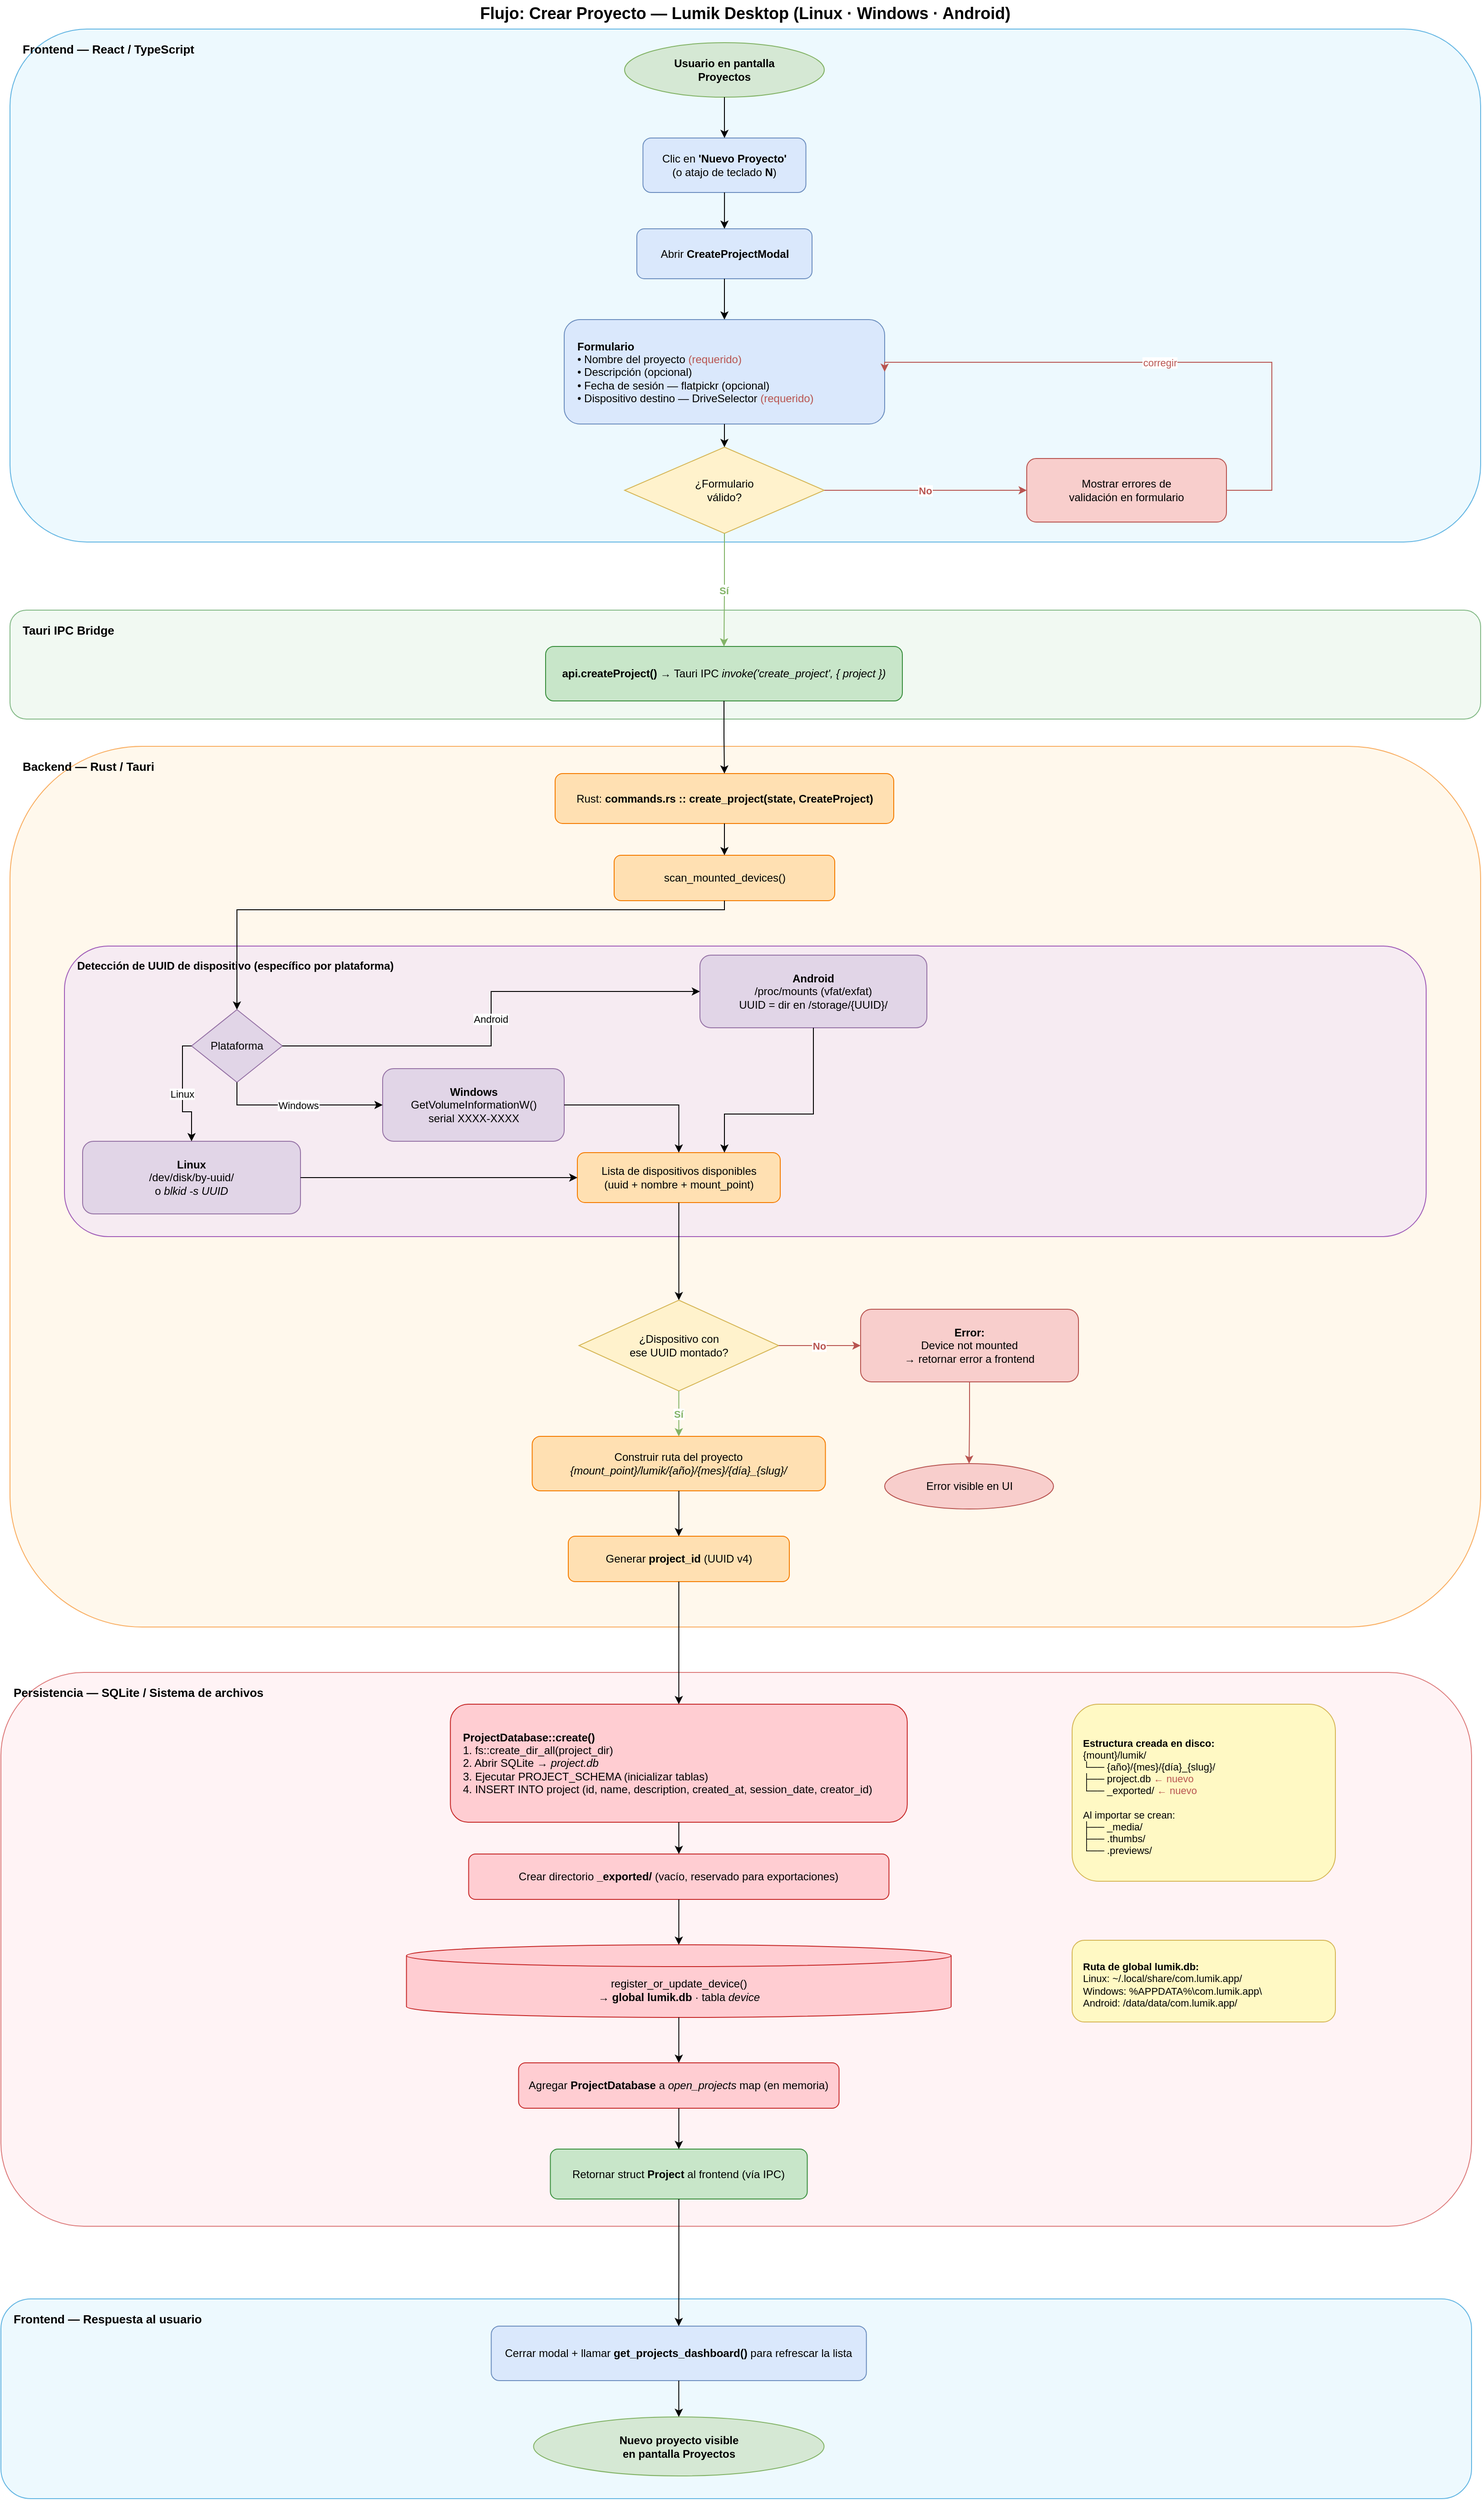
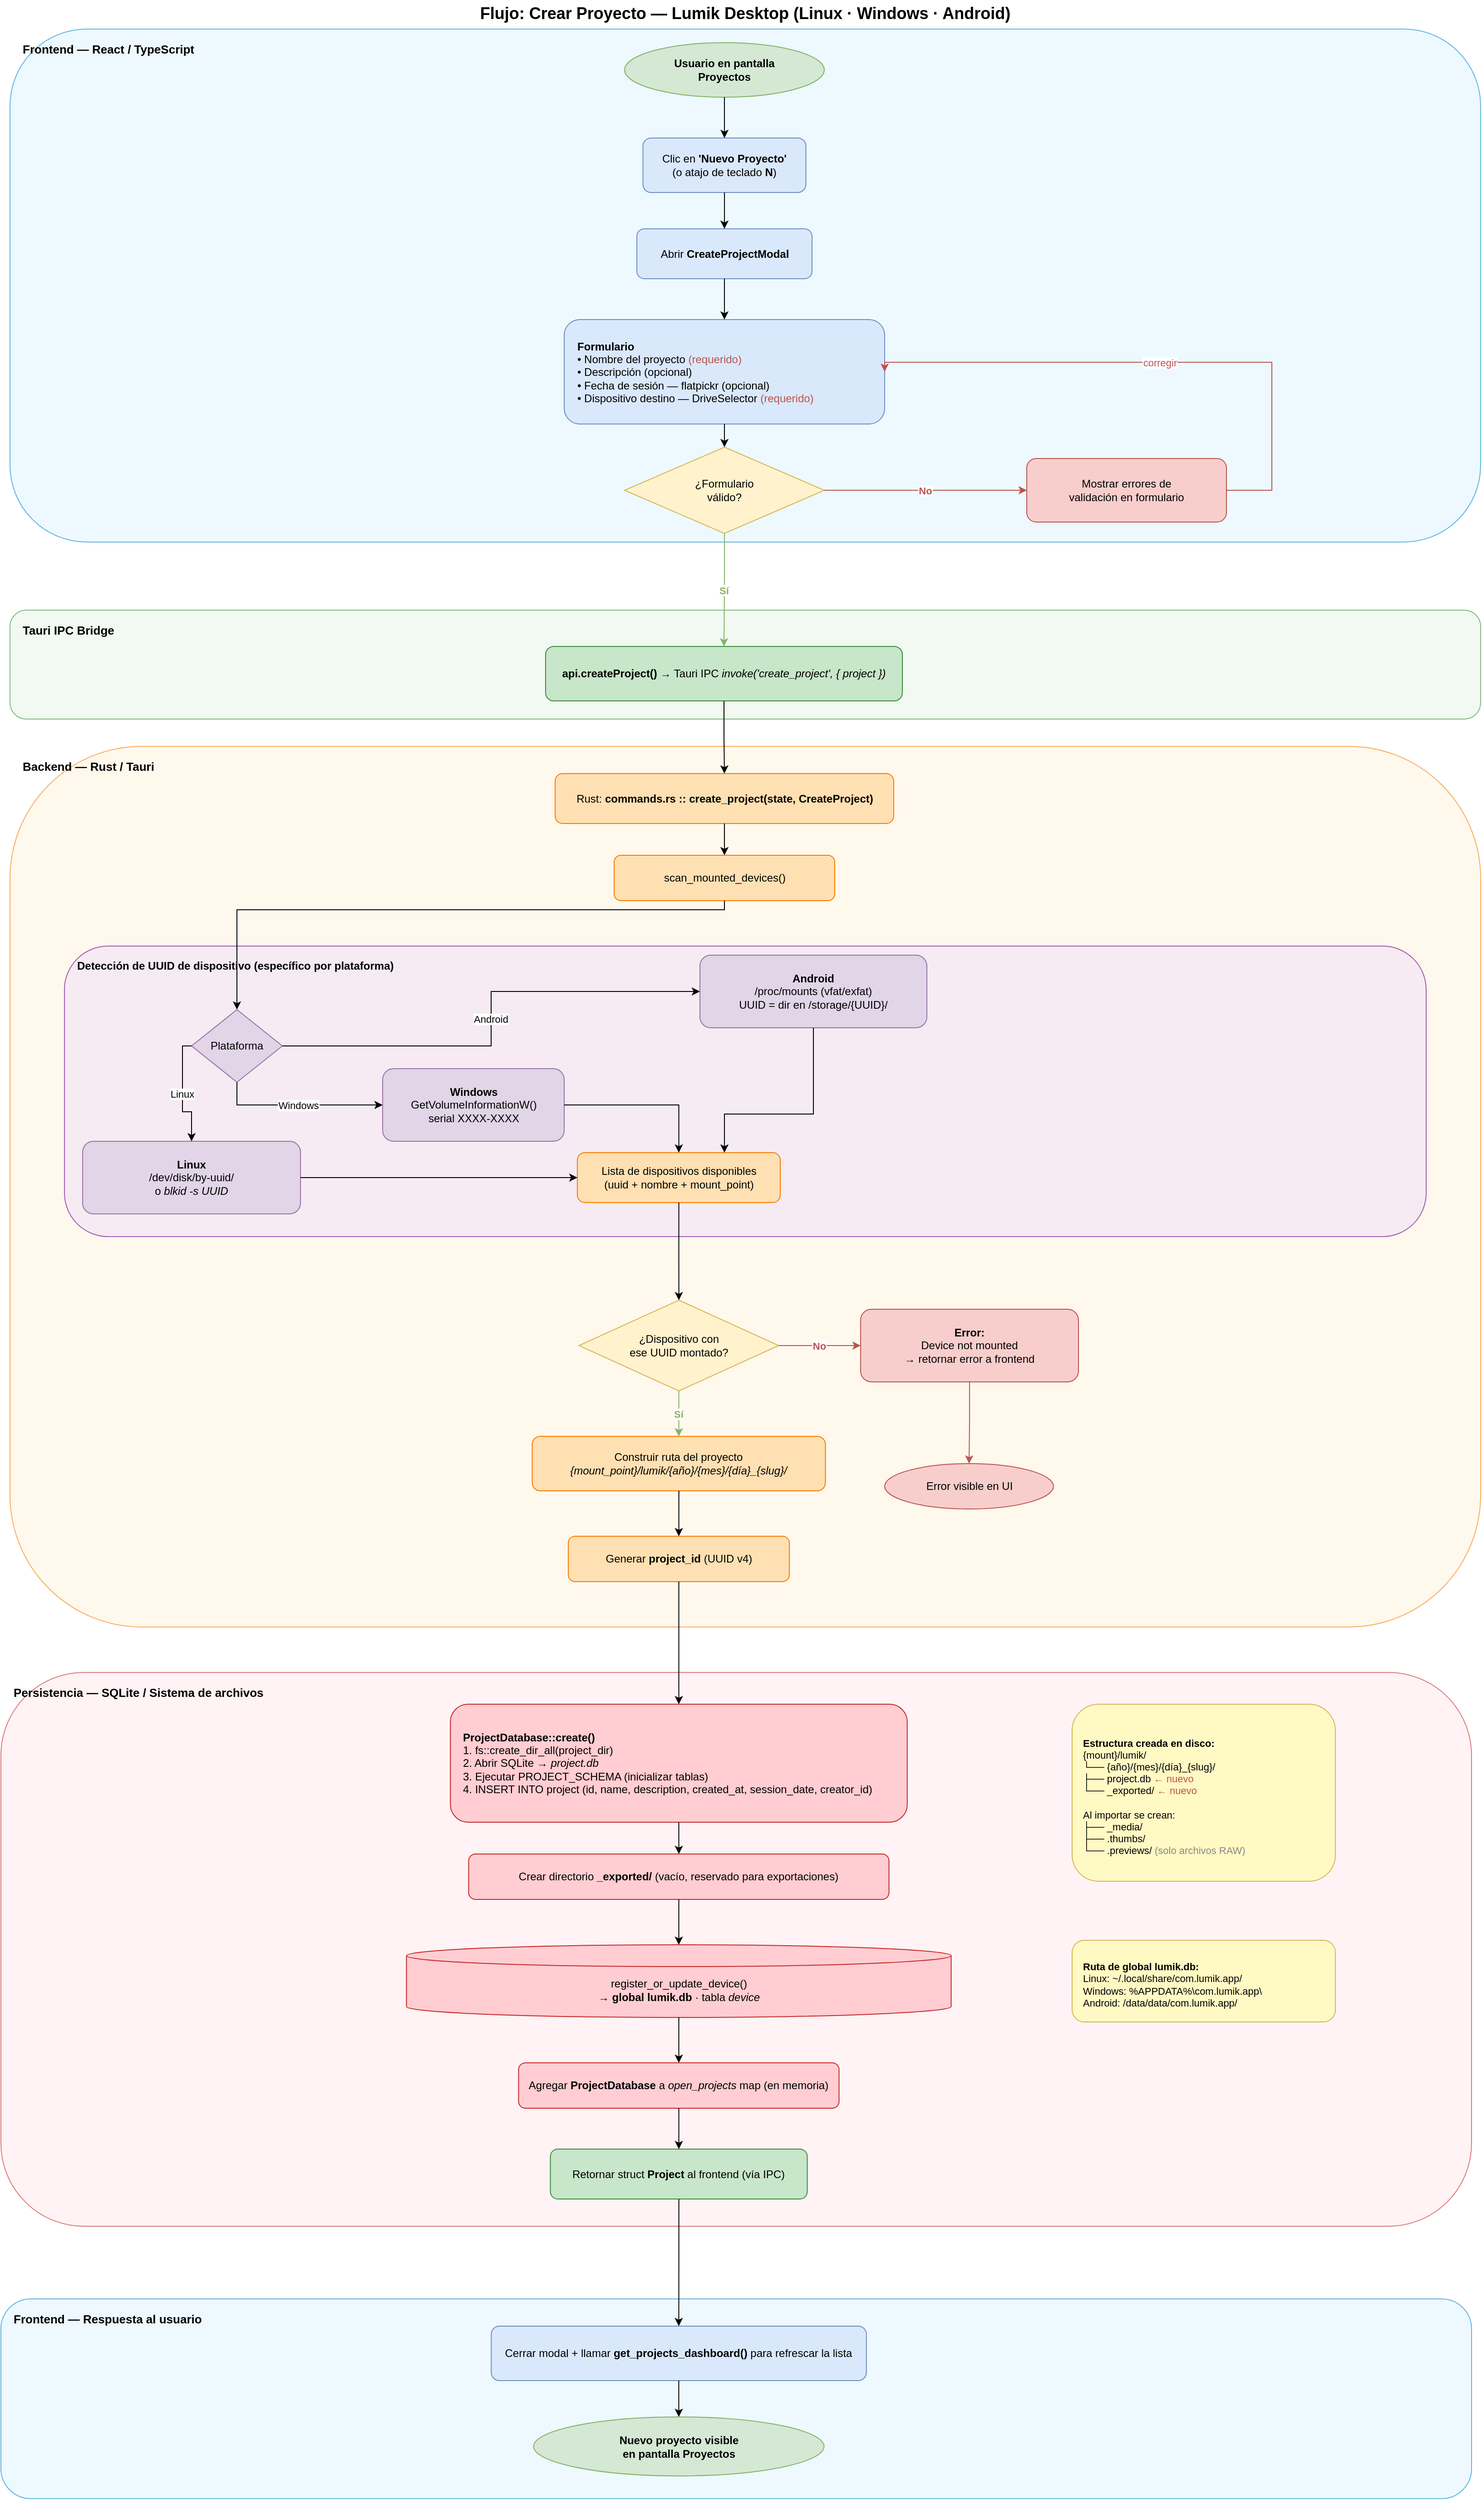
<mxfile host="65bd71144e">
    <diagram id="flow-crear-proyecto" name="Flujo: Crear Proyecto">
        <mxGraphModel dx="1746" dy="842" grid="1" gridSize="10" guides="1" tooltips="1" connect="1" arrows="1" fold="1" page="1" pageScale="1" pageWidth="1700" pageHeight="2500" math="0" shadow="0">
            <root>
                <mxCell id="0"/>
                <mxCell id="1" parent="0"/>
                <mxCell id="title" value="Flujo: Crear Proyecto — Lumik Desktop (Linux · Windows · Android)" style="text;html=1;strokeColor=none;fillColor=none;align=center;verticalAlign=middle;whiteSpace=wrap;rounded=0;fontSize=18;fontStyle=1;" parent="1" vertex="1">
                    <mxGeometry x="250" y="8" width="1200" height="30" as="geometry"/>
                </mxCell>
                <mxCell id="bg_fe" value="&lt;b&gt;Frontend — React / TypeScript&lt;/b&gt;" style="rounded=1;whiteSpace=wrap;html=1;fillColor=#e1f5fe;strokeColor=#0288d1;align=left;verticalAlign=top;spacingLeft=12;spacingTop=8;fontSize=13;fontStyle=1;opacity=60;" parent="1" vertex="1">
                    <mxGeometry x="40" y="40" width="1620" height="565" as="geometry"/>
                </mxCell>
                <mxCell id="bg_ipc" value="&lt;b&gt;Tauri IPC Bridge&lt;/b&gt;" style="rounded=1;whiteSpace=wrap;html=1;fillColor=#e8f5e9;strokeColor=#388e3c;align=left;verticalAlign=top;spacingLeft=12;spacingTop=8;fontSize=13;fontStyle=1;opacity=60;" parent="1" vertex="1">
                    <mxGeometry x="40" y="680" width="1620" height="120" as="geometry"/>
                </mxCell>
                <mxCell id="bg_be" value="&lt;b&gt;Backend — Rust / Tauri&lt;/b&gt;" style="rounded=1;whiteSpace=wrap;html=1;fillColor=#fff3e0;strokeColor=#f57c00;align=left;verticalAlign=top;spacingLeft=12;spacingTop=8;fontSize=13;fontStyle=1;opacity=60;" parent="1" vertex="1">
                    <mxGeometry x="40" y="830" width="1620" height="970" as="geometry"/>
                </mxCell>
                <mxCell id="bg_plat" value="&lt;b&gt;Detección de UUID de dispositivo (específico por plataforma)&lt;/b&gt;" style="rounded=1;whiteSpace=wrap;html=1;fillColor=#f3e5f5;strokeColor=#7b1fa2;align=left;verticalAlign=top;spacingLeft=12;spacingTop=8;fontSize=12;fontStyle=1;opacity=70;" parent="1" vertex="1">
                    <mxGeometry x="100" y="1050" width="1500" height="320" as="geometry"/>
                </mxCell>
                <mxCell id="bg_data" value="&lt;b&gt;Persistencia — SQLite / Sistema de archivos&lt;/b&gt;" style="rounded=1;whiteSpace=wrap;html=1;fillColor=#ffebee;strokeColor=#c62828;align=left;verticalAlign=top;spacingLeft=12;spacingTop=8;fontSize=13;fontStyle=1;opacity=60;" parent="1" vertex="1">
                    <mxGeometry x="30" y="1850" width="1620" height="610" as="geometry"/>
                </mxCell>
                <mxCell id="bg_fe2" value="&lt;b&gt;Frontend — Respuesta al usuario&lt;/b&gt;" style="rounded=1;whiteSpace=wrap;html=1;fillColor=#e1f5fe;strokeColor=#0288d1;align=left;verticalAlign=top;spacingLeft=12;spacingTop=8;fontSize=13;fontStyle=1;opacity=60;" parent="1" vertex="1">
                    <mxGeometry x="30" y="2540" width="1620" height="220" as="geometry"/>
                </mxCell>
                <mxCell id="start" value="&lt;b&gt;Usuario en pantalla&lt;br&gt;Proyectos&lt;/b&gt;" style="ellipse;whiteSpace=wrap;html=1;fillColor=#d5e8d4;strokeColor=#82b366;fontSize=12;" parent="1" vertex="1">
                    <mxGeometry x="717" y="55" width="220" height="60" as="geometry"/>
                </mxCell>
                <mxCell id="trigger" value="Clic en &lt;b&gt;&#39;Nuevo Proyecto&#39;&lt;/b&gt;&lt;br&gt;(o atajo de teclado &lt;b&gt;N&lt;/b&gt;)" style="rounded=1;whiteSpace=wrap;html=1;fillColor=#dae8fc;strokeColor=#6c8ebf;fontSize=12;" parent="1" vertex="1">
                    <mxGeometry x="737.25" y="160" width="179.5" height="60" as="geometry"/>
                </mxCell>
                <mxCell id="modal" value="Abrir &lt;b&gt;CreateProjectModal&lt;/b&gt;" style="rounded=1;whiteSpace=wrap;html=1;fillColor=#dae8fc;strokeColor=#6c8ebf;fontSize=12;" parent="1" vertex="1">
                    <mxGeometry x="730.5" y="260" width="193" height="55" as="geometry"/>
                </mxCell>
                <mxCell id="form" value="&lt;b&gt;Formulario&lt;/b&gt;&lt;br&gt;• Nombre del proyecto &lt;font color=&quot;#b85450&quot;&gt;(requerido)&lt;/font&gt;&lt;br&gt;• Descripción (opcional)&lt;br&gt;• Fecha de sesión — flatpickr (opcional)&lt;br&gt;• Dispositivo destino — DriveSelector &lt;font color=&quot;#b85450&quot;&gt;(requerido)&lt;/font&gt;" style="rounded=1;whiteSpace=wrap;html=1;fillColor=#dae8fc;strokeColor=#6c8ebf;fontSize=12;align=left;spacingLeft=12;" parent="1" vertex="1">
                    <mxGeometry x="650.5" y="360" width="353" height="115" as="geometry"/>
                </mxCell>
                <mxCell id="validate" value="¿Formulario&lt;br&gt;válido?" style="rhombus;whiteSpace=wrap;html=1;fillColor=#fff2cc;strokeColor=#d6b656;fontSize=12;" parent="1" vertex="1">
                    <mxGeometry x="717" y="500.5" width="220" height="95" as="geometry"/>
                </mxCell>
                <mxCell id="val_error" value="Mostrar errores de&lt;br&gt;validación en formulario" style="rounded=1;whiteSpace=wrap;html=1;fillColor=#f8cecc;strokeColor=#b85450;fontSize=12;" parent="1" vertex="1">
                    <mxGeometry x="1160" y="513" width="220" height="70" as="geometry"/>
                </mxCell>
                <mxCell id="invoke" value="&lt;b&gt;api.createProject()&lt;/b&gt; → Tauri IPC &lt;i&gt;invoke(&#39;create_project&#39;, { project })&lt;/i&gt;" style="rounded=1;whiteSpace=wrap;html=1;fillColor=#c8e6c9;strokeColor=#388e3c;fontSize=12;" parent="1" vertex="1">
                    <mxGeometry x="630" y="720" width="393" height="60" as="geometry"/>
                </mxCell>
                <mxCell id="cmd" value="Rust: &lt;b&gt;commands.rs :: create_project(state, CreateProject)&lt;/b&gt;" style="rounded=1;whiteSpace=wrap;html=1;fillColor=#ffe0b2;strokeColor=#f57c00;fontSize=12;" parent="1" vertex="1">
                    <mxGeometry x="640.5" y="860" width="373" height="55" as="geometry"/>
                </mxCell>
                <mxCell id="scan" value="scan_mounted_devices()" style="rounded=1;whiteSpace=wrap;html=1;fillColor=#ffe0b2;strokeColor=#f57c00;fontSize=12;" parent="1" vertex="1">
                    <mxGeometry x="705.5" y="950" width="243" height="50" as="geometry"/>
                </mxCell>
                <mxCell id="plat_q" value="Plataforma" style="rhombus;whiteSpace=wrap;html=1;fillColor=#e1d5e7;strokeColor=#9673a6;fontSize=12;" parent="1" vertex="1">
                    <mxGeometry x="240" y="1120" width="100" height="80" as="geometry"/>
                </mxCell>
                <mxCell id="linux" value="&lt;b&gt;Linux&lt;/b&gt;&lt;br&gt;/dev/disk/by-uuid/&lt;br&gt;o &lt;i&gt;blkid -s UUID&lt;/i&gt;" style="rounded=1;whiteSpace=wrap;html=1;fillColor=#e1d5e7;strokeColor=#9673a6;fontSize=12;" parent="1" vertex="1">
                    <mxGeometry x="120" y="1265" width="240" height="80" as="geometry"/>
                </mxCell>
                <mxCell id="windows" value="&lt;b&gt;Windows&lt;/b&gt;&lt;br&gt;GetVolumeInformationW()&lt;br&gt;serial XXXX-XXXX" style="rounded=1;whiteSpace=wrap;html=1;fillColor=#e1d5e7;strokeColor=#9673a6;fontSize=12;" parent="1" vertex="1">
                    <mxGeometry x="450.5" y="1185" width="200" height="80" as="geometry"/>
                </mxCell>
                <mxCell id="android" value="&lt;b&gt;Android&lt;/b&gt;&lt;br&gt;/proc/mounts (vfat/exfat)&lt;br&gt;UUID = dir en /storage/{UUID}/" style="rounded=1;whiteSpace=wrap;html=1;fillColor=#e1d5e7;strokeColor=#9673a6;fontSize=12;" parent="1" vertex="1">
                    <mxGeometry x="800" y="1060" width="250" height="80" as="geometry"/>
                </mxCell>
                <mxCell id="merge" value="Lista de dispositivos disponibles&lt;br&gt;(uuid + nombre + mount_point)" style="rounded=1;whiteSpace=wrap;html=1;fillColor=#ffe0b2;strokeColor=#f57c00;fontSize=12;" parent="1" vertex="1">
                    <mxGeometry x="665" y="1277.5" width="223.5" height="55" as="geometry"/>
                </mxCell>
                <mxCell id="mounted_q" value="¿Dispositivo con&lt;br&gt;ese UUID montado?" style="rhombus;whiteSpace=wrap;html=1;fillColor=#fff2cc;strokeColor=#d6b656;fontSize=12;" parent="1" vertex="1">
                    <mxGeometry x="666.75" y="1440" width="220" height="100" as="geometry"/>
                </mxCell>
                <mxCell id="mount_error" value="&lt;b&gt;Error:&lt;/b&gt;&lt;br&gt;Device not mounted&lt;br&gt;→ retornar error a frontend" style="rounded=1;whiteSpace=wrap;html=1;fillColor=#f8cecc;strokeColor=#b85450;fontSize=12;" parent="1" vertex="1">
                    <mxGeometry x="977" y="1450" width="240" height="80" as="geometry"/>
                </mxCell>
                <mxCell id="err_end" value="Error visible en UI" style="ellipse;whiteSpace=wrap;html=1;fillColor=#f8cecc;strokeColor=#b85450;fontSize=12;" parent="1" vertex="1">
                    <mxGeometry x="1003.5" y="1620" width="186" height="50" as="geometry"/>
                </mxCell>
                <mxCell id="build_path" value="Construir ruta del proyecto&lt;br&gt;&lt;i&gt;{mount_point}/lumik/{año}/{mes}/{día}_{slug}/&lt;/i&gt;" style="rounded=1;whiteSpace=wrap;html=1;fillColor=#ffe0b2;strokeColor=#f57c00;fontSize=12;" parent="1" vertex="1">
                    <mxGeometry x="615.25" y="1590" width="323" height="60" as="geometry"/>
                </mxCell>
                <mxCell id="gen_uuid" value="Generar &lt;b&gt;project_id&lt;/b&gt; (UUID v4)" style="rounded=1;whiteSpace=wrap;html=1;fillColor=#ffe0b2;strokeColor=#f57c00;fontSize=12;" parent="1" vertex="1">
                    <mxGeometry x="655" y="1700" width="243.5" height="50" as="geometry"/>
                </mxCell>
                <mxCell id="db_create" value="&lt;b&gt;ProjectDatabase::create()&lt;/b&gt;&lt;br&gt;1. fs::create_dir_all(project_dir)&lt;br&gt;2. Abrir SQLite → &lt;i&gt;project.db&lt;/i&gt;&lt;br&gt;3. Ejecutar PROJECT_SCHEMA (inicializar tablas)&lt;br&gt;4. INSERT INTO project (id, name, description, created_at, session_date, creator_id)" style="rounded=1;whiteSpace=wrap;html=1;fillColor=#ffcdd2;strokeColor=#c62828;fontSize=12;align=left;spacingLeft=12;" parent="1" vertex="1">
                    <mxGeometry x="525.13" y="1885" width="503.25" height="130" as="geometry"/>
                </mxCell>
-                 <mxCell id="dir_struct" value="&lt;b&gt;Estructura creada en disco:&lt;/b&gt;&lt;br&gt;{mount}/lumik/&lt;br&gt;└── {año}/{mes}/{día}_{slug}/&lt;br&gt;     ├── project.db &lt;font color=&quot;#b85450&quot;&gt;← nuevo&lt;/font&gt;&lt;br&gt;     └── _exported/ &lt;font color=&quot;#b85450&quot;&gt;← nuevo&lt;/font&gt;&lt;br&gt;&lt;br&gt;Al importar se crean:&lt;br&gt;     ├── _media/&lt;br&gt;     ├── .thumbs/&lt;br&gt;     └── .previews/" style="rounded=1;whiteSpace=wrap;html=1;fillColor=#fff9c4;strokeColor=#d6b656;fontSize=11;align=left;spacingLeft=10;spacingTop=8;" parent="1" vertex="1">
+                 <mxCell id="dir_struct" value="&lt;b&gt;Estructura creada en disco:&lt;/b&gt;&lt;br&gt;{mount}/lumik/&lt;br&gt;└── {año}/{mes}/{día}_{slug}/&lt;br&gt;     ├── project.db &lt;font color=&quot;#b85450&quot;&gt;← nuevo&lt;/font&gt;&lt;br&gt;     └── _exported/ &lt;font color=&quot;#b85450&quot;&gt;← nuevo&lt;/font&gt;&lt;br&gt;&lt;br&gt;Al importar se crean:&lt;br&gt;     ├── _media/&lt;br&gt;     ├── .thumbs/&lt;br&gt;     └── .previews/ &lt;font color=&quot;#888888&quot;&gt;(solo archivos RAW)&lt;/font&gt;" style="rounded=1;whiteSpace=wrap;html=1;fillColor=#fff9c4;strokeColor=#d6b656;fontSize=11;align=left;spacingLeft=10;spacingTop=8;" parent="1" vertex="1">
                    <mxGeometry x="1210" y="1885" width="290" height="195" as="geometry"/>
                </mxCell>
                <mxCell id="dirs" value="Crear directorio &lt;b&gt;_exported/&lt;/b&gt; (vacío, reservado para exportaciones)" style="rounded=1;whiteSpace=wrap;html=1;fillColor=#ffcdd2;strokeColor=#c62828;fontSize=12;" parent="1" vertex="1">
                    <mxGeometry x="545.25" y="2050" width="463" height="50" as="geometry"/>
                </mxCell>
                <mxCell id="global_db" value="register_or_update_device()&lt;br&gt;→ &lt;b&gt;global lumik.db&lt;/b&gt; · tabla &lt;i&gt;device&lt;/i&gt;" style="shape=cylinder3;whiteSpace=wrap;html=1;boundedLbl=1;backgroundOutline=1;size=12;fillColor=#ffcdd2;strokeColor=#c62828;fontSize=12;" parent="1" vertex="1">
                    <mxGeometry x="476.75" y="2150" width="600" height="80" as="geometry"/>
                </mxCell>
                <mxCell id="global_path" value="&lt;b&gt;Ruta de global lumik.db:&lt;/b&gt;&lt;br&gt;Linux: ~/.local/share/com.lumik.app/&lt;br&gt;Windows: %APPDATA%\com.lumik.app\&lt;br&gt;Android: /data/data/com.lumik.app/" style="rounded=1;whiteSpace=wrap;html=1;fillColor=#fff9c4;strokeColor=#d6b656;fontSize=11;align=left;spacingLeft=10;spacingTop=8;" parent="1" vertex="1">
                    <mxGeometry x="1210" y="2145" width="290" height="90" as="geometry"/>
                </mxCell>
                <mxCell id="open_map" value="Agregar &lt;b&gt;ProjectDatabase&lt;/b&gt; a &lt;i&gt;open_projects&lt;/i&gt; map (en memoria)" style="rounded=1;whiteSpace=wrap;html=1;fillColor=#ffcdd2;strokeColor=#c62828;fontSize=12;" parent="1" vertex="1">
                    <mxGeometry x="600.26" y="2280" width="353" height="50" as="geometry"/>
                </mxCell>
                <mxCell id="return_fe" value="Retornar struct &lt;b&gt;Project&lt;/b&gt; al frontend (vía IPC)" style="rounded=1;whiteSpace=wrap;html=1;fillColor=#c8e6c9;strokeColor=#388e3c;fontSize=12;" parent="1" vertex="1">
                    <mxGeometry x="635.26" y="2375" width="283" height="55" as="geometry"/>
                </mxCell>
                <mxCell id="close_modal" value="Cerrar modal + llamar &lt;b&gt;get_projects_dashboard()&lt;/b&gt; para refrescar la lista" style="rounded=1;whiteSpace=wrap;html=1;fillColor=#dae8fc;strokeColor=#6c8ebf;fontSize=12;" parent="1" vertex="1">
                    <mxGeometry x="570.14" y="2570" width="413.24" height="60" as="geometry"/>
                </mxCell>
                <mxCell id="end" value="&lt;b&gt;Nuevo proyecto visible&lt;br&gt;en pantalla Proyectos&lt;/b&gt;" style="ellipse;whiteSpace=wrap;html=1;fillColor=#d5e8d4;strokeColor=#82b366;fontSize=12;" parent="1" vertex="1">
                    <mxGeometry x="616.75" y="2670" width="320" height="65" as="geometry"/>
                </mxCell>
                <mxCell id="e01" style="edgeStyle=orthogonalEdgeStyle;rounded=0;" parent="1" source="start" target="trigger" edge="1">
                    <mxGeometry relative="1" as="geometry"/>
                </mxCell>
                <mxCell id="e02" style="edgeStyle=orthogonalEdgeStyle;rounded=0;" parent="1" source="trigger" target="modal" edge="1">
                    <mxGeometry relative="1" as="geometry"/>
                </mxCell>
                <mxCell id="e03" style="edgeStyle=orthogonalEdgeStyle;rounded=0;" parent="1" source="modal" target="form" edge="1">
                    <mxGeometry relative="1" as="geometry"/>
                </mxCell>
                <mxCell id="e04" style="edgeStyle=orthogonalEdgeStyle;rounded=0;" parent="1" source="form" target="validate" edge="1">
                    <mxGeometry relative="1" as="geometry"/>
                </mxCell>
                <mxCell id="e05" value="No" style="edgeStyle=orthogonalEdgeStyle;rounded=0;strokeColor=#b85450;fontColor=#b85450;fontStyle=1;" parent="1" source="validate" target="val_error" edge="1">
                    <mxGeometry relative="1" as="geometry"/>
                </mxCell>
                <mxCell id="e05b" value="corregir" style="edgeStyle=orthogonalEdgeStyle;rounded=0;strokeColor=#b85450;fontColor=#b85450;fontSize=11;exitX=1;exitY=0.5;entryX=1;entryY=0.5;" parent="1" source="val_error" target="form" edge="1">
                    <mxGeometry relative="1" as="geometry">
                        <Array as="points">
                            <mxPoint x="1430" y="548"/>
                            <mxPoint x="1430" y="407"/>
                        </Array>
                    </mxGeometry>
                </mxCell>
                <mxCell id="e06" value="Sí" style="edgeStyle=orthogonalEdgeStyle;rounded=0;strokeColor=#82b366;fontColor=#82b366;fontStyle=1;" parent="1" source="validate" target="invoke" edge="1">
                    <mxGeometry relative="1" as="geometry"/>
                </mxCell>
                <mxCell id="e07" style="edgeStyle=orthogonalEdgeStyle;rounded=0;" parent="1" source="invoke" target="cmd" edge="1">
                    <mxGeometry relative="1" as="geometry"/>
                </mxCell>
                <mxCell id="e08" style="edgeStyle=orthogonalEdgeStyle;rounded=0;" parent="1" source="cmd" target="scan" edge="1">
                    <mxGeometry relative="1" as="geometry"/>
                </mxCell>
                <mxCell id="e09" style="edgeStyle=orthogonalEdgeStyle;rounded=0;" parent="1" source="scan" target="plat_q" edge="1">
                    <mxGeometry relative="1" as="geometry">
                        <Array as="points">
                            <mxPoint x="827" y="1010"/>
                            <mxPoint x="290" y="1010"/>
                        </Array>
                    </mxGeometry>
                </mxCell>
                <mxCell id="e10" value="Linux" style="edgeStyle=orthogonalEdgeStyle;rounded=0;exitX=0;exitY=0.5;" parent="1" source="plat_q" target="linux" edge="1">
                    <mxGeometry relative="1" as="geometry"/>
                </mxCell>
                <mxCell id="e11" value="Windows" style="edgeStyle=orthogonalEdgeStyle;rounded=0;exitX=0.5;exitY=1;" parent="1" source="plat_q" target="windows" edge="1">
                    <mxGeometry relative="1" as="geometry"/>
                </mxCell>
                <mxCell id="e12" value="Android" style="edgeStyle=orthogonalEdgeStyle;rounded=0;exitX=1;exitY=0.5;" parent="1" source="plat_q" target="android" edge="1">
                    <mxGeometry relative="1" as="geometry"/>
                </mxCell>
                <mxCell id="e13" style="edgeStyle=orthogonalEdgeStyle;rounded=0;exitX=1;exitY=0.5;exitDx=0;exitDy=0;" parent="1" source="linux" target="merge" edge="1">
                    <mxGeometry relative="1" as="geometry">
                        <Array as="points">
                            <mxPoint x="460" y="1305"/>
                            <mxPoint x="460" y="1305"/>
                        </Array>
                    </mxGeometry>
                </mxCell>
                <mxCell id="e14" style="edgeStyle=orthogonalEdgeStyle;rounded=0;" parent="1" source="windows" target="merge" edge="1">
                    <mxGeometry relative="1" as="geometry"/>
                </mxCell>
                <mxCell id="e15" style="edgeStyle=orthogonalEdgeStyle;rounded=0;exitX=0.5;exitY=1;exitDx=0;exitDy=0;" parent="1" source="android" target="merge" edge="1">
                    <mxGeometry relative="1" as="geometry">
                        <Array as="points">
                            <mxPoint x="925" y="1235"/>
                            <mxPoint x="827" y="1235"/>
                        </Array>
                    </mxGeometry>
                </mxCell>
                <mxCell id="e16" style="edgeStyle=orthogonalEdgeStyle;rounded=0;" parent="1" source="merge" target="mounted_q" edge="1">
                    <mxGeometry relative="1" as="geometry"/>
                </mxCell>
                <mxCell id="e17" value="No" style="edgeStyle=orthogonalEdgeStyle;rounded=0;strokeColor=#b85450;fontColor=#b85450;fontStyle=1;" parent="1" source="mounted_q" target="mount_error" edge="1">
                    <mxGeometry relative="1" as="geometry"/>
                </mxCell>
                <mxCell id="e17b" style="edgeStyle=orthogonalEdgeStyle;rounded=0;strokeColor=#b85450;" parent="1" source="mount_error" target="err_end" edge="1">
                    <mxGeometry relative="1" as="geometry"/>
                </mxCell>
                <mxCell id="e18" value="Sí" style="edgeStyle=orthogonalEdgeStyle;rounded=0;strokeColor=#82b366;fontColor=#82b366;fontStyle=1;" parent="1" source="mounted_q" target="build_path" edge="1">
                    <mxGeometry relative="1" as="geometry"/>
                </mxCell>
                <mxCell id="e19" style="edgeStyle=orthogonalEdgeStyle;rounded=0;" parent="1" source="build_path" target="gen_uuid" edge="1">
                    <mxGeometry relative="1" as="geometry"/>
                </mxCell>
                <mxCell id="e20" style="edgeStyle=orthogonalEdgeStyle;rounded=0;" parent="1" source="gen_uuid" target="db_create" edge="1">
                    <mxGeometry relative="1" as="geometry"/>
                </mxCell>
                <mxCell id="e21" style="edgeStyle=orthogonalEdgeStyle;rounded=0;" parent="1" source="db_create" target="dirs" edge="1">
                    <mxGeometry relative="1" as="geometry"/>
                </mxCell>
                <mxCell id="e22" style="edgeStyle=orthogonalEdgeStyle;rounded=0;" parent="1" source="dirs" target="global_db" edge="1">
                    <mxGeometry relative="1" as="geometry"/>
                </mxCell>
                <mxCell id="e23" style="edgeStyle=orthogonalEdgeStyle;rounded=0;" parent="1" source="global_db" target="open_map" edge="1">
                    <mxGeometry relative="1" as="geometry"/>
                </mxCell>
                <mxCell id="e24" style="edgeStyle=orthogonalEdgeStyle;rounded=0;" parent="1" source="open_map" target="return_fe" edge="1">
                    <mxGeometry relative="1" as="geometry"/>
                </mxCell>
                <mxCell id="e25" style="edgeStyle=orthogonalEdgeStyle;rounded=0;" parent="1" source="return_fe" target="close_modal" edge="1">
                    <mxGeometry relative="1" as="geometry"/>
                </mxCell>
                <mxCell id="e26" style="edgeStyle=orthogonalEdgeStyle;rounded=0;" parent="1" source="close_modal" target="end" edge="1">
                    <mxGeometry relative="1" as="geometry"/>
                </mxCell>
            </root>
        </mxGraphModel>
    </diagram>
</mxfile>